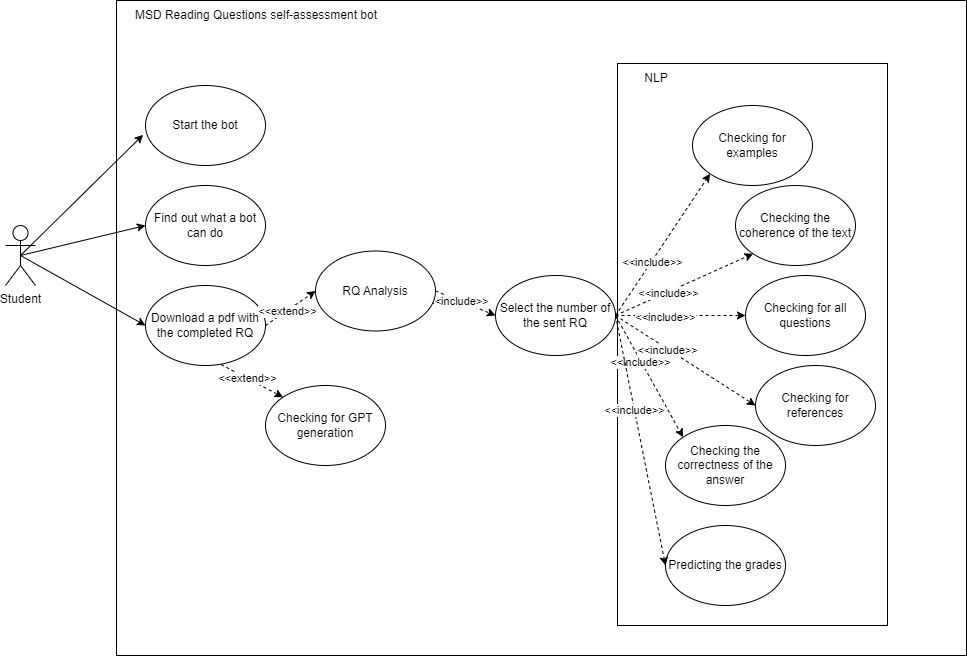
QualityInUse/IURQ_Self_Assessment keeps this draw.io diagram as IT Prod Assignments/Assignment_3/Use case diagram/Use case diagram.drawio.png. Above is the earlier version. Source tidied: cells renumbered, new cells last; positions are measured from the earlier drawing's top-left corner, leaving out a move shared by most shapes.
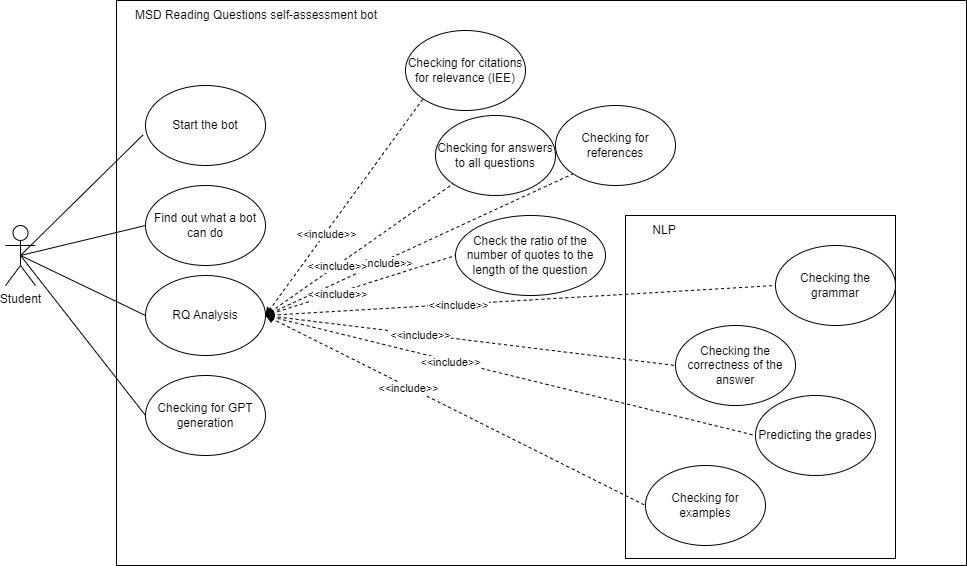
The same file after the commit.

Diff of the diagram source:
```diff
@@ -3,120 +3,117 @@
     <mxCell id="0" />
     <mxCell id="1" parent="0" />
     <mxCell id="2" style="rounded=0;whiteSpace=wrap;html=1;fillColor=none;" parent="1" vertex="1">
-      <mxGeometry x="111" width="850" height="655" as="geometry" />
+      <mxGeometry x="111" width="850" height="565" as="geometry" />
     </mxCell>
     <mxCell id="3" style="rounded=0;whiteSpace=wrap;html=1;fillColor=none;" parent="1" vertex="1">
-      <mxGeometry x="612" y="63" width="270" height="562" as="geometry" />
+      <mxGeometry x="620" y="215" width="270" height="343" as="geometry" />
     </mxCell>
     <mxCell id="4" value="Student" style="shape=umlActor;verticalLabelPosition=bottom;verticalAlign=top;html=1;outlineConnect=0;" parent="1" vertex="1">
       <mxGeometry y="225" width="30" height="60" as="geometry" />
     </mxCell>
-    <mxCell id="5" value="Download a pdf with the completed RQ" style="ellipse;whiteSpace=wrap;html=1;" parent="1" vertex="1">
-      <mxGeometry x="140" y="285" width="120" height="80" as="geometry" />
-    </mxCell>
-    <mxCell id="6" style="endArrow=classic;html=1;rounded=0;entryX=0;entryY=0.5;entryDx=0;entryDy=0;exitX=0.5;exitY=0.5;exitDx=0;exitDy=0;exitPerimeter=0;" parent="1" edge="1" source="4" target="5">
+    <mxCell id="6" style="endArrow=none;html=1;rounded=0;entryX=0;entryY=0.5;entryDx=0;entryDy=0;exitX=0.5;exitY=0.5;exitDx=0;exitDy=0;exitPerimeter=0;endFill=0;" parent="1" edge="1" source="4" target="15">
       <mxGeometry relative="1" as="geometry" />
     </mxCell>
-    <mxCell id="7" style="endArrow=classic;html=1;rounded=0;exitX=1;exitY=0.5;exitDx=0;exitDy=0;dashed=1;entryX=0;entryY=0.5;entryDx=0;entryDy=0;" parent="1" edge="1" source="5" target="24">
-      <mxGeometry relative="1" as="geometry" />
-    </mxCell>
-    <mxCell id="8" value="&amp;lt;&amp;lt;extend&amp;gt;&amp;gt;" style="edgeLabel;html=1;align=center;verticalAlign=middle;" parent="7" vertex="1">
-      <mxGeometry x="-0.15" relative="1" as="geometry" />
-    </mxCell>
     <mxCell id="9" value="Find out what a bot can do" style="ellipse;whiteSpace=wrap;html=1;" parent="1" vertex="1">
       <mxGeometry x="140" y="185" width="120" height="80" as="geometry" />
     </mxCell>
-    <mxCell id="10" style="endArrow=classic;html=1;rounded=0;exitX=0.5;exitY=0.5;exitDx=0;exitDy=0;exitPerimeter=0;entryX=0;entryY=0.5;entryDx=0;entryDy=0;" parent="1" edge="1" source="4" target="9">
+    <mxCell id="10" style="endArrow=none;html=1;rounded=0;exitX=0.5;exitY=0.5;exitDx=0;exitDy=0;exitPerimeter=0;entryX=0;entryY=0.5;entryDx=0;entryDy=0;endFill=0;" parent="1" edge="1" source="4" target="9">
       <mxGeometry relative="1" as="geometry" />
     </mxCell>
     <mxCell id="11" value="Start the bot" style="ellipse;whiteSpace=wrap;html=1;" parent="1" vertex="1">
       <mxGeometry x="140" y="85" width="120" height="80" as="geometry" />
     </mxCell>
-    <mxCell id="12" style="endArrow=classic;html=1;rounded=0;exitX=0.5;exitY=0.5;exitDx=0;exitDy=0;exitPerimeter=0;entryX=-0.02;entryY=0.617;entryDx=0;entryDy=0;entryPerimeter=0;" parent="1" edge="1" source="4" target="11">
+    <mxCell id="12" style="endArrow=none;html=1;rounded=0;exitX=0.5;exitY=0.5;exitDx=0;exitDy=0;exitPerimeter=0;entryX=-0.02;entryY=0.617;entryDx=0;entryDy=0;entryPerimeter=0;endFill=0;" parent="1" edge="1" source="4" target="11">
       <mxGeometry relative="1" as="geometry" />
     </mxCell>
-    <mxCell id="13" style="endArrow=classic;html=1;rounded=0;exitX=1;exitY=0.5;exitDx=0;exitDy=0;dashed=1;entryX=0;entryY=0.5;entryDx=0;entryDy=0;" parent="1" edge="1" source="24" target="25">
-      <mxGeometry relative="1" as="geometry" />
-    </mxCell>
-    <mxCell id="14" value="&amp;lt;&amp;lt;include&amp;gt;&amp;gt;" style="edgeLabel;html=1;align=center;verticalAlign=middle;" parent="13" vertex="1">
-      <mxGeometry x="-0.24" y="-1" relative="1" as="geometry" />
-    </mxCell>
     <mxCell id="15" value="Checking for GPT generation" style="ellipse;whiteSpace=wrap;html=1;" parent="1" vertex="1">
-      <mxGeometry x="260" y="385" width="120" height="80" as="geometry" />
+      <mxGeometry x="140" y="375" width="120" height="80" as="geometry" />
     </mxCell>
     <mxCell id="16" value="Checking for references" style="ellipse;whiteSpace=wrap;html=1;" parent="1" vertex="1">
-      <mxGeometry x="750" y="365" width="120" height="80" as="geometry" />
+      <mxGeometry x="550" y="105" width="120" height="80" as="geometry" />
     </mxCell>
     <mxCell id="17" value="Checking for examples" style="ellipse;whiteSpace=wrap;html=1;" parent="1" vertex="1">
-      <mxGeometry x="687" y="105" width="120" height="80" as="geometry" />
+      <mxGeometry x="640" y="465" width="120" height="80" as="geometry" />
     </mxCell>
-    <mxCell id="18" value="Checking for all questions" style="ellipse;whiteSpace=wrap;html=1;" parent="1" vertex="1">
-      <mxGeometry x="740" y="275" width="120" height="80" as="geometry" />
+    <mxCell id="18" value="Checking for answers to all questions" style="ellipse;whiteSpace=wrap;html=1;" parent="1" vertex="1">
+      <mxGeometry x="430" y="115" width="120" height="80" as="geometry" />
     </mxCell>
-    <mxCell id="19" value="Checking the coherence of the text" style="ellipse;whiteSpace=wrap;html=1;" parent="1" vertex="1">
-      <mxGeometry x="730" y="185" width="120" height="80" as="geometry" />
-    </mxCell>
     <mxCell id="20" value="Checking the correctness of the answer" style="ellipse;whiteSpace=wrap;html=1;" parent="1" vertex="1">
-      <mxGeometry x="660" y="425" width="120" height="80" as="geometry" />
+      <mxGeometry x="670" y="325" width="120" height="80" as="geometry" />
     </mxCell>
     <mxCell id="21" value="MSD Reading Questions self-assessment bot" style="text;html=1;strokeColor=none;fillColor=none;align=center;verticalAlign=middle;whiteSpace=wrap;rounded=0;" parent="1" vertex="1">
       <mxGeometry x="111" width="280" height="30" as="geometry" />
     </mxCell>
-    <mxCell id="22" style="endArrow=classic;html=1;rounded=0;exitX=0.629;exitY=0.988;exitDx=0;exitDy=0;dashed=1;entryX=0;entryY=0;entryDx=0;entryDy=0;exitPerimeter=0;" parent="1" edge="1" source="5" target="15">
-      <mxGeometry relative="1" as="geometry" />
-    </mxCell>
-    <mxCell id="23" value="&amp;lt;&amp;lt;extend&amp;gt;&amp;gt;" style="edgeLabel;html=1;align=center;verticalAlign=middle;" parent="22" vertex="1">
-      <mxGeometry x="-0.15" relative="1" as="geometry" />
-    </mxCell>
     <mxCell id="24" value="RQ Analysis" style="ellipse;whiteSpace=wrap;html=1;" parent="1" vertex="1">
-      <mxGeometry x="310" y="250.5" width="120" height="80" as="geometry" />
+      <mxGeometry x="140" y="275" width="120" height="80" as="geometry" />
     </mxCell>
-    <mxCell id="25" value="Select the number of the sent RQ" style="ellipse;whiteSpace=wrap;html=1;" parent="1" vertex="1">
-      <mxGeometry x="490" y="275" width="120" height="80" as="geometry" />
-    </mxCell>
-    <mxCell id="26" style="endArrow=classic;html=1;rounded=0;exitX=1;exitY=0.5;exitDx=0;exitDy=0;dashed=1;entryX=0;entryY=0;entryDx=0;entryDy=0;" parent="1" edge="1" source="25" target="20">
+    <mxCell id="26" style="endArrow=none;html=1;rounded=0;dashed=1;entryX=0;entryY=0.5;entryDx=0;entryDy=0;exitX=1;exitY=0.5;exitDx=0;exitDy=0;endFill=0;startArrow=classic;startFill=1;" parent="1" edge="1" source="24" target="20">
       <mxGeometry relative="1" as="geometry" />
     </mxCell>
     <mxCell id="27" value="&amp;lt;&amp;lt;include&amp;gt;&amp;gt;" style="edgeLabel;html=1;align=center;verticalAlign=middle;" parent="26" vertex="1">
       <mxGeometry x="-0.24" y="-1" relative="1" as="geometry" />
     </mxCell>
-    <mxCell id="28" style="endArrow=classic;html=1;rounded=0;exitX=1;exitY=0.5;exitDx=0;exitDy=0;dashed=1;entryX=0;entryY=0.5;entryDx=0;entryDy=0;" parent="1" edge="1" source="25" target="16">
+    <mxCell id="28" style="endArrow=none;html=1;rounded=0;exitX=1;exitY=0.5;exitDx=0;exitDy=0;dashed=1;entryX=0;entryY=1;entryDx=0;entryDy=0;endFill=0;startArrow=classic;startFill=1;" parent="1" edge="1" source="24" target="16">
       <mxGeometry relative="1" as="geometry" />
     </mxCell>
     <mxCell id="29" value="&amp;lt;&amp;lt;include&amp;gt;&amp;gt;" style="edgeLabel;html=1;align=center;verticalAlign=middle;" parent="28" vertex="1">
       <mxGeometry x="-0.24" y="-1" relative="1" as="geometry" />
     </mxCell>
-    <mxCell id="30" style="endArrow=classic;html=1;rounded=0;dashed=1;entryX=0;entryY=0.5;entryDx=0;entryDy=0;" parent="1" edge="1" target="18">
+    <mxCell id="30" style="endArrow=none;html=1;rounded=0;dashed=1;entryX=0;entryY=1;entryDx=0;entryDy=0;startArrow=classic;startFill=1;endFill=0;" parent="1" edge="1" target="18">
       <mxGeometry relative="1" as="geometry">
-        <mxPoint x="610" y="315" as="sourcePoint" />
+        <mxPoint x="260" y="315" as="sourcePoint" />
       </mxGeometry>
     </mxCell>
     <mxCell id="31" value="&amp;lt;&amp;lt;include&amp;gt;&amp;gt;" style="edgeLabel;html=1;align=center;verticalAlign=middle;" parent="30" vertex="1">
       <mxGeometry x="-0.24" y="-1" relative="1" as="geometry" />
     </mxCell>
-    <mxCell id="32" style="endArrow=classic;html=1;rounded=0;exitX=1;exitY=0.5;exitDx=0;exitDy=0;dashed=1;entryX=0;entryY=1;entryDx=0;entryDy=0;" parent="1" edge="1" source="25" target="19">
-      <mxGeometry relative="1" as="geometry" />
-    </mxCell>
-    <mxCell id="33" value="&amp;lt;&amp;lt;include&amp;gt;&amp;gt;" style="edgeLabel;html=1;align=center;verticalAlign=middle;" parent="32" vertex="1">
-      <mxGeometry x="-0.24" y="-1" relative="1" as="geometry" />
-    </mxCell>
-    <mxCell id="34" style="endArrow=classic;html=1;rounded=0;exitX=1;exitY=0.5;exitDx=0;exitDy=0;dashed=1;entryX=0;entryY=1;entryDx=0;entryDy=0;" parent="1" edge="1" source="25" target="17">
+    <mxCell id="34" style="endArrow=none;html=1;rounded=0;dashed=1;entryX=0;entryY=0.5;entryDx=0;entryDy=0;exitX=1;exitY=0.5;exitDx=0;exitDy=0;endFill=0;startArrow=classic;startFill=1;" parent="1" edge="1" source="24" target="17">
       <mxGeometry relative="1" as="geometry" />
     </mxCell>
     <mxCell id="35" value="&amp;lt;&amp;lt;include&amp;gt;&amp;gt;" style="edgeLabel;html=1;align=center;verticalAlign=middle;" parent="34" vertex="1">
       <mxGeometry x="-0.24" y="-1" relative="1" as="geometry" />
     </mxCell>
     <mxCell id="36" value="NLP" style="text;html=1;strokeColor=none;fillColor=none;align=center;verticalAlign=middle;whiteSpace=wrap;rounded=0;" parent="1" vertex="1">
-      <mxGeometry x="612" y="63" width="78" height="30" as="geometry" />
+      <mxGeometry x="620" y="215" width="78" height="30" as="geometry" />
     </mxCell>
+    <mxCell id="40" style="endArrow=none;html=1;rounded=0;exitX=0.5;exitY=0.5;exitDx=0;exitDy=0;exitPerimeter=0;entryX=0;entryY=0.5;entryDx=0;entryDy=0;endFill=0;" parent="1" edge="1" source="4" target="24">
+      <mxGeometry relative="1" as="geometry" />
+    </mxCell>
+    <mxCell id="41" value="Checking&amp;nbsp;for cita﻿tions for relevance (IEE)" style="ellipse;whiteSpace=wrap;html=1;" parent="1" vertex="1">
+      <mxGeometry x="400" y="30" width="120" height="80" as="geometry" />
+    </mxCell>
+    <mxCell id="42" value="Checking the grammar" style="ellipse;whiteSpace=wrap;html=1;" parent="1" vertex="1">
+      <mxGeometry x="770" y="245" width="120" height="80" as="geometry" />
+    </mxCell>
+    <mxCell id="43" style="endArrow=none;html=1;rounded=0;exitX=1;exitY=0.5;exitDx=0;exitDy=0;dashed=1;entryX=0;entryY=0.5;entryDx=0;entryDy=0;startArrow=classic;startFill=1;endFill=0;" parent="1" edge="1" source="24" target="42">
+      <mxGeometry relative="1" as="geometry" />
+    </mxCell>
+    <mxCell id="44" value="&amp;lt;&amp;lt;include&amp;gt;&amp;gt;" style="edgeLabel;html=1;align=center;verticalAlign=middle;" parent="43" vertex="1">
+      <mxGeometry x="-0.24" y="-1" relative="1" as="geometry" />
+    </mxCell>
+    <mxCell id="45" value="Check the ratio of the number of quotes to the length of the question" style="ellipse;whiteSpace=wrap;html=1;" parent="1" vertex="1">
+      <mxGeometry x="450" y="215" width="150" height="80" as="geometry" />
+    </mxCell>
+    <mxCell id="46" style="endArrow=none;html=1;rounded=0;exitX=1;exitY=0.5;exitDx=0;exitDy=0;dashed=1;entryX=0;entryY=0.5;entryDx=0;entryDy=0;endFill=0;startArrow=classic;startFill=1;" parent="1" edge="1" source="24" target="45">
+      <mxGeometry relative="1" as="geometry" />
+    </mxCell>
+    <mxCell id="47" value="&amp;lt;&amp;lt;include&amp;gt;&amp;gt;" style="edgeLabel;html=1;align=center;verticalAlign=middle;" parent="46" vertex="1">
+      <mxGeometry x="-0.24" y="-1" relative="1" as="geometry" />
+    </mxCell>
     <mxCell id="37" value="Predicting the grades" style="ellipse;whiteSpace=wrap;html=1;" parent="1" vertex="1">
-      <mxGeometry x="660" y="525" width="120" height="80" as="geometry" />
+      <mxGeometry x="750" y="395" width="120" height="80" as="geometry" />
     </mxCell>
-    <mxCell id="38" style="endArrow=classic;html=1;rounded=0;exitX=1;exitY=0.5;exitDx=0;exitDy=0;dashed=1;entryX=0;entryY=0.5;entryDx=0;entryDy=0;" parent="1" edge="1" source="25" target="37">
-      <mxGeometry relative="1" as="geometry" />
-    </mxCell>
-    <mxCell id="39" value="&amp;lt;&amp;lt;include&amp;gt;&amp;gt;" style="edgeLabel;html=1;align=center;verticalAlign=middle;" parent="38" vertex="1">
-      <mxGeometry x="-0.24" y="-1" relative="1" as="geometry" />
-    </mxCell>
+    <mxCell id="48" style="endArrow=none;html=1;rounded=0;dashed=1;entryX=0;entryY=0.5;entryDx=0;entryDy=0;exitX=1;exitY=0.5;exitDx=0;exitDy=0;endFill=0;startArrow=classic;startFill=1;" parent="1" edge="1" source="24" target="37">
+      <mxGeometry relative="1" as="geometry" />
+    </mxCell>
+    <mxCell id="49" value="&amp;lt;&amp;lt;include&amp;gt;&amp;gt;" style="edgeLabel;html=1;align=center;verticalAlign=middle;" parent="48" vertex="1">
+      <mxGeometry x="-0.24" y="-1" relative="1" as="geometry" />
+    </mxCell>
+    <mxCell id="50" style="endArrow=none;html=1;rounded=0;dashed=1;startArrow=classic;startFill=1;endFill=0;exitX=1;exitY=0.5;exitDx=0;exitDy=0;entryX=0;entryY=1;entryDx=0;entryDy=0;" parent="1" edge="1" source="24" target="41">
+      <mxGeometry relative="1" as="geometry" />
+    </mxCell>
+    <mxCell id="51" value="&amp;lt;&amp;lt;include&amp;gt;&amp;gt;" style="edgeLabel;html=1;align=center;verticalAlign=middle;" parent="50" vertex="1">
+      <mxGeometry x="-0.24" y="-1" relative="1" as="geometry" />
+    </mxCell>
   </root>
 </mxGraphModel>
```
